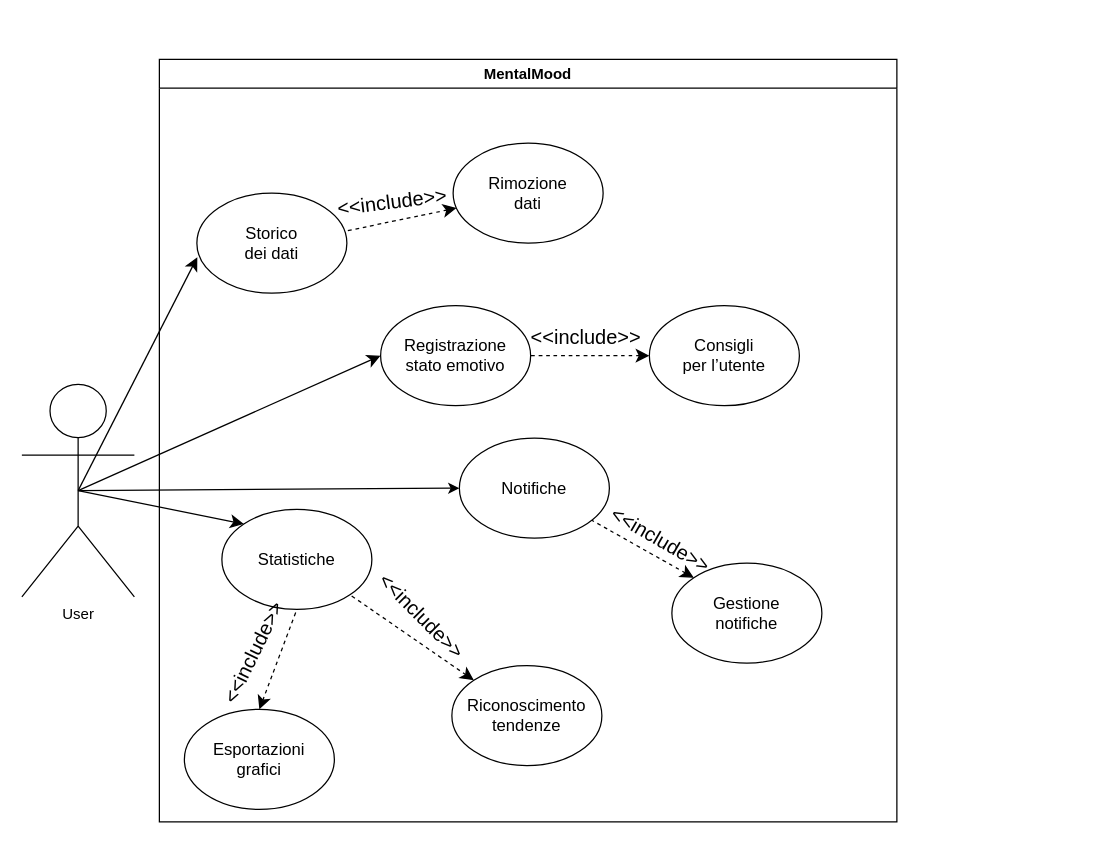
Before: 7_Allegati/UseCase.drawio in ilcicciogamer69/MentalMood, a draw.io diagram. Source tidied: cells renumbered, new cells numbered last; positions are measured from the earlier drawing's top-left corner, leaving out a move shared by most shapes. Both pictures are drawn from the tidied source at 125%, with x=0, y=0 at pixel (21, 59).
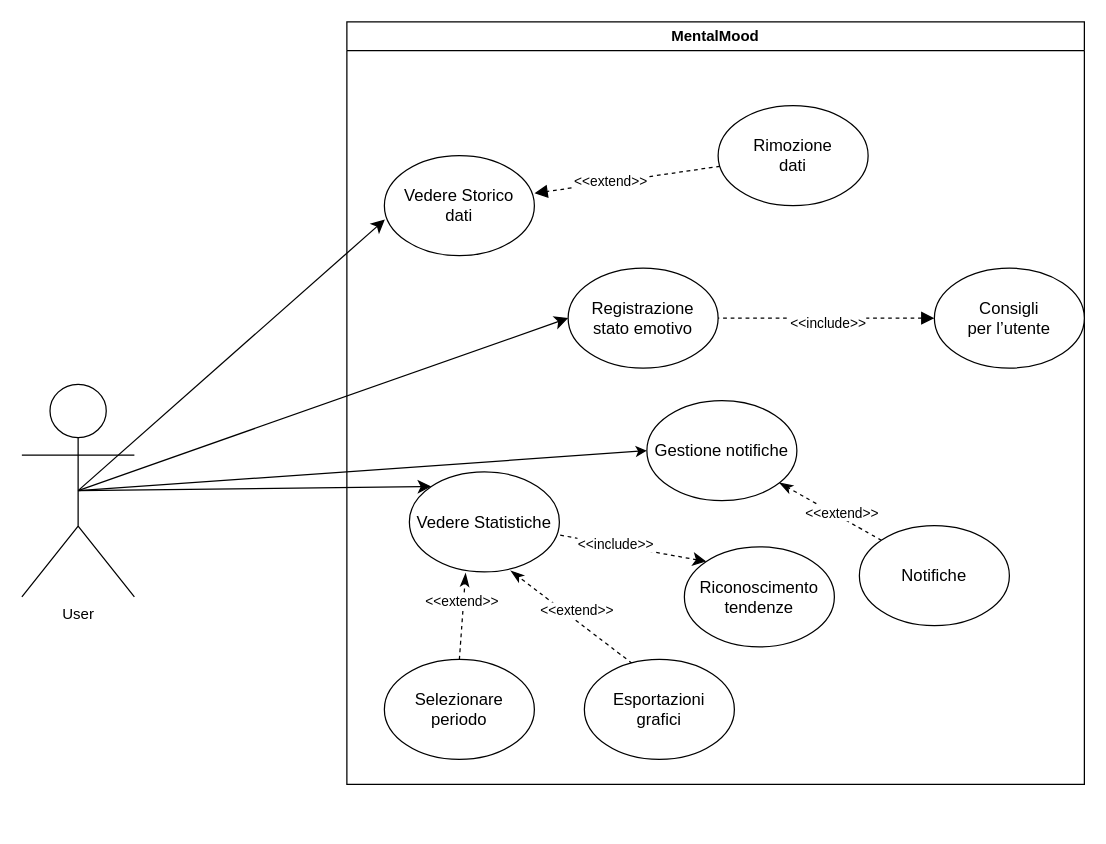
The same diagram, later.

The change refers to these unchanged cells:
```xml
<mxCell id="7" value="&lt;span style=&quot;font-size:10.0pt;font-family:&amp;quot;Arial&amp;quot;,sans-serif;&lt;br/&gt;mso-fareast-font-family:&amp;quot;Times New Roman&amp;quot;;mso-bidi-font-family:&amp;quot;Times New Roman&amp;quot;;&lt;br/&gt;mso-ansi-language:IT-CH;mso-fareast-language:IT;mso-bidi-language:AR-SA&quot;&gt;Registrazione&lt;br/&gt;stato emotivo&lt;/span&gt;" style="ellipse;whiteSpace=wrap;html=1;" parent="6" vertex="1">
  <mxGeometry x="177" y="197" width="120" height="80" as="geometry" />
</mxCell>
```

Diff of the diagram source:
```diff
@@
     <mxCell id="6" value="MentalMood" style="swimlane;whiteSpace=wrap;html=1;" parent="1" vertex="1">
-      <mxGeometry x="110" width="590" height="610" as="geometry" />
+      <mxGeometry x="260" y="-30" width="590" height="610" as="geometry" />
     </mxCell>
@@
-    <mxCell id="8" value="&lt;span style=&quot;font-family: Arial, sans-serif; font-size: 13.3333px;&quot;&gt;Statistiche&lt;/span&gt;" style="ellipse;whiteSpace=wrap;html=1;" parent="6" vertex="1">
+    <mxCell id="8" value="&lt;span style=&quot;font-family: Arial, sans-serif; font-size: 13.3333px;&quot;&gt;Vedere Statistiche&lt;/span&gt;" style="ellipse;whiteSpace=wrap;html=1;" parent="6" vertex="1">
       <mxGeometry x="50" y="360" width="120" height="80" as="geometry" />
     </mxCell>
-    <mxCell id="9" value="&lt;span style=&quot;font-size:10.0pt;font-family:&amp;quot;Arial&amp;quot;,sans-serif;&lt;br/&gt;mso-fareast-font-family:&amp;quot;Times New Roman&amp;quot;;mso-bidi-font-family:&amp;quot;Times New Roman&amp;quot;;&lt;br/&gt;mso-ansi-language:IT-CH;mso-fareast-language:IT;mso-bidi-language:AR-SA&quot;&gt;Storico&lt;br/&gt;dei dati&lt;/span&gt;" style="ellipse;whiteSpace=wrap;html=1;" parent="6" vertex="1">
+    <mxCell id="9" value="&lt;span style=&quot;font-size:10.0pt;font-family:&amp;quot;Arial&amp;quot;,sans-serif;&amp;lt;br/&amp;gt;mso-fareast-font-family:&amp;quot;Times New Roman&amp;quot;;mso-bidi-font-family:&amp;quot;Times New Roman&amp;quot;;&amp;lt;br/&amp;gt;mso-ansi-language:IT-CH;mso-fareast-language:IT;mso-bidi-language:AR-SA&quot;&gt;Vedere Storico&lt;br&gt;dati&lt;/span&gt;" style="ellipse;whiteSpace=wrap;html=1;" parent="6" vertex="1">
       <mxGeometry x="30" y="107" width="120" height="80" as="geometry" />
     </mxCell>
-    <mxCell id="10" style="edgeStyle=none;curved=1;rounded=0;jettySize=auto;html=1;exitX=0;exitY=0;exitDx=0;exitDy=0;entryX=1;entryY=1;entryDx=0;entryDy=0;fontSize=12;startSize=8;endSize=8;dashed=1;startArrow=classic;startFill=1;endArrow=none;endFill=0;" parent="6" edge="1" source="11" target="8">
+    <mxCell id="10" style="edgeStyle=none;curved=1;rounded=0;jettySize=auto;html=1;exitX=0;exitY=0;exitDx=0;exitDy=0;fontSize=12;startSize=8;endSize=8;dashed=1;startArrow=classic;startFill=1;endArrow=none;endFill=0;" parent="6" edge="1" source="11" target="8">
       <mxGeometry relative="1" as="geometry" />
     </mxCell>
+    <mxCell id="28" value="&amp;lt;&amp;lt;include&amp;gt;&amp;gt;" style="edgeLabel;html=1;align=center;verticalAlign=middle;" parent="10" vertex="1">
+      <mxGeometry x="0.22" y="-1" relative="1" as="geometry" />
+    </mxCell>
     <mxCell id="11" value="&lt;span style=&quot;font-size:10.0pt;font-family:&amp;quot;Arial&amp;quot;,sans-serif;&lt;br/&gt;mso-fareast-font-family:&amp;quot;Times New Roman&amp;quot;;mso-bidi-font-family:&amp;quot;Times New Roman&amp;quot;;&lt;br/&gt;mso-ansi-language:IT-CH;mso-fareast-language:IT;mso-bidi-language:AR-SA&quot;&gt;Riconoscimento&lt;br/&gt;tendenze&lt;/span&gt;" style="ellipse;whiteSpace=wrap;html=1;" parent="6" vertex="1">
-      <mxGeometry x="234" y="485" width="120" height="80" as="geometry" />
+      <mxGeometry x="270" y="420" width="120" height="80" as="geometry" />
     </mxCell>
-    <mxCell id="12" style="edgeStyle=none;curved=1;rounded=0;jettySize=auto;html=1;exitX=0;exitY=0.5;exitDx=0;exitDy=0;entryX=1;entryY=0.5;entryDx=0;entryDy=0;fontSize=12;startSize=8;endSize=8;dashed=1;startArrow=classic;startFill=1;endArrow=none;endFill=0;" parent="6" edge="1" source="13" target="7">
+    <mxCell id="12" style="edgeStyle=none;curved=1;rounded=0;jettySize=auto;html=1;exitX=0;exitY=0.5;exitDx=0;exitDy=0;entryX=1;entryY=0.5;entryDx=0;entryDy=0;fontSize=12;startSize=8;endSize=8;dashed=1;startArrow=block;startFill=1;endArrow=none;endFill=0;" parent="6" edge="1" source="13" target="7">
       <mxGeometry relative="1" as="geometry" />
     </mxCell>
+    <mxCell id="29" value="&amp;lt;&amp;lt;include&amp;gt;&amp;gt;" style="edgeLabel;html=1;align=center;verticalAlign=middle;" parent="12" vertex="1">
+      <mxGeometry x="-0.01" y="3" relative="1" as="geometry" />
+    </mxCell>
     <mxCell id="13" value="&lt;span style=&quot;font-size:10.0pt;font-family:&amp;quot;Arial&amp;quot;,sans-serif;&lt;br/&gt;mso-fareast-font-family:&amp;quot;Times New Roman&amp;quot;;mso-bidi-font-family:&amp;quot;Times New Roman&amp;quot;;&lt;br/&gt;mso-ansi-language:IT-CH;mso-fareast-language:IT;mso-bidi-language:AR-SA&quot;&gt;Consigli&lt;br/&gt;per l’utente&lt;/span&gt;" style="ellipse;whiteSpace=wrap;html=1;" parent="6" vertex="1">
-      <mxGeometry x="392" y="197" width="120" height="80" as="geometry" />
+      <mxGeometry x="470" y="197" width="120" height="80" as="geometry" />
     </mxCell>
-    <mxCell id="14" value="&lt;span style=&quot;font-size:10.0pt;font-family:&amp;quot;Arial&amp;quot;,sans-serif;&lt;br/&gt;mso-fareast-font-family:&amp;quot;Times New Roman&amp;quot;;mso-bidi-font-family:&amp;quot;Times New Roman&amp;quot;;&lt;br/&gt;mso-ansi-language:IT-CH;mso-fareast-language:IT;mso-bidi-language:AR-SA&quot;&gt;Notifiche&lt;/span&gt;" style="ellipse;whiteSpace=wrap;html=1;" parent="6" vertex="1">
+    <mxCell id="14" value="&lt;span style=&quot;font-size:10.0pt;font-family:&amp;quot;Arial&amp;quot;,sans-serif;&amp;lt;br/&amp;gt;mso-fareast-font-family:&amp;quot;Times New Roman&amp;quot;;mso-bidi-font-family:&amp;quot;Times New Roman&amp;quot;;&amp;lt;br/&amp;gt;mso-ansi-language:IT-CH;mso-fareast-language:IT;mso-bidi-language:AR-SA&quot;&gt;Gestione notifiche&lt;/span&gt;" style="ellipse;whiteSpace=wrap;html=1;" parent="6" vertex="1">
       <mxGeometry x="240" y="303" width="120" height="80" as="geometry" />
     </mxCell>
-    <mxCell id="15" style="edgeStyle=none;curved=1;rounded=0;jettySize=auto;html=1;exitX=0;exitY=0;exitDx=0;exitDy=0;fontSize=12;startSize=8;endSize=8;dashed=1;startArrow=classic;startFill=1;endArrow=none;endFill=0;" parent="6" edge="1" source="16" target="14">
+    <mxCell id="15" style="edgeStyle=none;curved=1;rounded=0;jettySize=auto;html=1;exitX=0;exitY=0;exitDx=0;exitDy=0;fontSize=12;startSize=8;endSize=8;dashed=1;startArrow=none;startFill=0;endArrow=classicThin;endFill=1;" parent="6" edge="1" source="16" target="14">
       <mxGeometry relative="1" as="geometry" />
     </mxCell>
+    <mxCell id="30" value="&amp;lt;&amp;lt;extend&amp;gt;&amp;gt;" style="edgeLabel;html=1;align=center;verticalAlign=middle;" parent="15" vertex="1">
+      <mxGeometry x="-0.16" y="-4" relative="1" as="geometry" />
+    </mxCell>
-    <mxCell id="16" value="&lt;span style=&quot;font-size:10.0pt;font-family:&amp;quot;Arial&amp;quot;,sans-serif;&lt;br/&gt;mso-fareast-font-family:&amp;quot;Times New Roman&amp;quot;;mso-bidi-font-family:&amp;quot;Times New Roman&amp;quot;;&lt;br/&gt;mso-ansi-language:IT-CH;mso-fareast-language:IT;mso-bidi-language:AR-SA&quot;&gt;Gestione&lt;br/&gt;notifiche&lt;/span&gt;" style="ellipse;whiteSpace=wrap;html=1;" parent="6" vertex="1">
+    <mxCell id="16" value="&lt;span style=&quot;font-size:10.0pt;font-family:&amp;quot;Arial&amp;quot;,sans-serif;&amp;lt;br/&amp;gt;mso-fareast-font-family:&amp;quot;Times New Roman&amp;quot;;mso-bidi-font-family:&amp;quot;Times New Roman&amp;quot;;&amp;lt;br/&amp;gt;mso-ansi-language:IT-CH;mso-fareast-language:IT;mso-bidi-language:AR-SA&quot;&gt;Notifiche&lt;/span&gt;" style="ellipse;whiteSpace=wrap;html=1;" parent="6" vertex="1">
       <mxGeometry x="410" y="403" width="120" height="80" as="geometry" />
     </mxCell>
-    <mxCell id="17" style="edgeStyle=none;curved=1;rounded=0;jettySize=auto;html=1;exitX=0.5;exitY=0;exitDx=0;exitDy=0;entryX=0.5;entryY=1;entryDx=0;entryDy=0;fontSize=12;startSize=8;endSize=8;dashed=1;startArrow=classic;startFill=1;endArrow=none;endFill=0;" parent="6" edge="1" source="18" target="8">
+    <mxCell id="17" style="edgeStyle=none;curved=1;rounded=0;jettySize=auto;html=1;exitX=0.317;exitY=0.038;exitDx=0;exitDy=0;entryX=0.675;entryY=0.988;entryDx=0;entryDy=0;fontSize=12;startSize=8;endSize=8;dashed=1;startArrow=none;startFill=0;endArrow=classicThin;endFill=1;entryPerimeter=0;exitPerimeter=0;" parent="6" edge="1" source="18" target="8">
       <mxGeometry relative="1" as="geometry" />
     </mxCell>
+    <mxCell id="31" value="&amp;lt;&amp;lt;extend&amp;gt;&amp;gt;" style="edgeLabel;html=1;align=center;verticalAlign=middle;" parent="17" vertex="1">
+      <mxGeometry x="0.33" y="2" relative="1" as="geometry">
+        <mxPoint x="21" y="5" as="offset" />
+      </mxGeometry>
+    </mxCell>
     <mxCell id="18" value="&lt;span style=&quot;font-size:10.0pt;font-family:&amp;quot;Arial&amp;quot;,sans-serif;&lt;br/&gt;mso-fareast-font-family:&amp;quot;Times New Roman&amp;quot;;mso-bidi-font-family:&amp;quot;Times New Roman&amp;quot;;&lt;br/&gt;mso-ansi-language:IT-CH;mso-fareast-language:IT;mso-bidi-language:AR-SA&quot;&gt;Esportazioni&lt;br/&gt;grafici&lt;/span&gt;" style="ellipse;whiteSpace=wrap;html=1;" parent="6" vertex="1">
-      <mxGeometry x="20" y="520" width="120" height="80" as="geometry" />
+      <mxGeometry x="190" y="510" width="120" height="80" as="geometry" />
     </mxCell>
-    <mxCell id="19" value="&amp;lt;&amp;lt;include&amp;gt;&amp;gt;" style="text;html=1;align=center;verticalAlign=middle;strokeColor=none;fillColor=none;fontSize=16;" parent="6" vertex="1">
-      <mxGeometry x="286" y="207" width="110" height="30" as="geometry" />
-    </mxCell>
-    <mxCell id="20" value="&amp;lt;&amp;lt;include&amp;gt;&amp;gt;" style="text;html=1;align=center;verticalAlign=middle;strokeColor=none;fillColor=none;fontSize=16;rotation=45;" parent="6" vertex="1">
-      <mxGeometry x="155" y="430" width="110" height="30" as="geometry" />
-    </mxCell>
@@
     <mxCell id="22" value="&lt;span style=&quot;font-size:10.0pt;font-family:&amp;quot;Arial&amp;quot;,sans-serif;&lt;br/&gt;mso-fareast-font-family:&amp;quot;Times New Roman&amp;quot;;mso-bidi-font-family:&amp;quot;Times New Roman&amp;quot;;&lt;br/&gt;mso-ansi-language:IT-CH;mso-fareast-language:IT;mso-bidi-language:AR-SA&quot;&gt;Rimozione&lt;br/&gt;dati&lt;/span&gt;" style="ellipse;whiteSpace=wrap;html=1;" parent="6" vertex="1">
-      <mxGeometry x="235" y="67" width="120" height="80" as="geometry" />
+      <mxGeometry x="297" y="67" width="120" height="80" as="geometry" />
     </mxCell>
-    <mxCell id="23" style="edgeStyle=none;curved=1;rounded=0;jettySize=auto;html=1;entryX=1.001;entryY=0.377;entryDx=0;entryDy=0;fontSize=12;startSize=8;endSize=8;entryPerimeter=0;dashed=1;startArrow=classic;startFill=1;endArrow=none;endFill=0;" parent="6" edge="1" source="22" target="9">
+    <mxCell id="23" style="edgeStyle=none;curved=1;rounded=0;jettySize=auto;html=1;entryX=1.001;entryY=0.377;entryDx=0;entryDy=0;fontSize=12;startSize=8;endSize=8;entryPerimeter=0;dashed=1;startArrow=none;startFill=0;endArrow=block;endFill=1;" parent="6" edge="1" source="22" target="9">
       <mxGeometry relative="1" as="geometry" />
     </mxCell>
-    <mxCell id="24" value="&amp;lt;&amp;lt;include&amp;gt;&amp;gt;" style="text;html=1;align=center;verticalAlign=middle;strokeColor=none;fillColor=none;fontSize=16;rotation=-7;" parent="6" vertex="1">
-      <mxGeometry x="131" y="99" width="110" height="30" as="geometry" />
-    </mxCell>
-    <mxCell id="25" value="&amp;lt;&amp;lt;include&amp;gt;&amp;gt;" style="text;html=1;align=center;verticalAlign=middle;strokeColor=none;fillColor=none;fontSize=16;rotation=30;" parent="6" vertex="1">
-      <mxGeometry x="346" y="369" width="110" height="30" as="geometry" />
-    </mxCell>
-    <mxCell id="26" value="&amp;lt;&amp;lt;include&amp;gt;&amp;gt;" style="text;html=1;align=center;verticalAlign=middle;strokeColor=none;fillColor=none;fontSize=16;rotation=-64;" parent="6" vertex="1">
-      <mxGeometry x="20" y="460" width="110" height="30" as="geometry" />
-    </mxCell>
+    <mxCell id="32" value="&amp;lt;&amp;lt;extend&amp;gt;&amp;gt;" style="edgeLabel;html=1;align=center;verticalAlign=middle;" parent="23" vertex="1">
+      <mxGeometry x="-0.06" y="2" relative="1" as="geometry">
+        <mxPoint x="-19" as="offset" />
+      </mxGeometry>
+    </mxCell>
+    <mxCell id="33" value="&lt;font face=&quot;Arial, sans-serif&quot;&gt;&lt;span style=&quot;font-size: 13.3333px;&quot;&gt;Selez&lt;/span&gt;&lt;/font&gt;&lt;span style=&quot;font-size: 13.3333px; font-family: Arial, sans-serif; background-color: transparent; color: light-dark(rgb(0, 0, 0), rgb(255, 255, 255));&quot;&gt;ionare periodo&lt;/span&gt;" style="ellipse;whiteSpace=wrap;html=1;" parent="6" vertex="1">
+      <mxGeometry x="30" y="510" width="120" height="80" as="geometry" />
+    </mxCell>
+    <mxCell id="34" style="edgeStyle=none;curved=1;rounded=0;jettySize=auto;html=1;exitX=0.5;exitY=0;exitDx=0;exitDy=0;entryX=0.375;entryY=1.013;entryDx=0;entryDy=0;fontSize=12;startSize=8;endSize=8;dashed=1;startArrow=none;startFill=0;endArrow=classicThin;endFill=1;entryPerimeter=0;" parent="6" edge="1" source="33" target="8">
+      <mxGeometry relative="1" as="geometry" />
+    </mxCell>
+    <mxCell id="35" value="&amp;lt;&amp;lt;extend&amp;gt;&amp;gt;" style="edgeLabel;html=1;align=center;verticalAlign=middle;" parent="34" vertex="1">
+      <mxGeometry x="0.33" y="2" relative="1" as="geometry" />
+    </mxCell>
```
